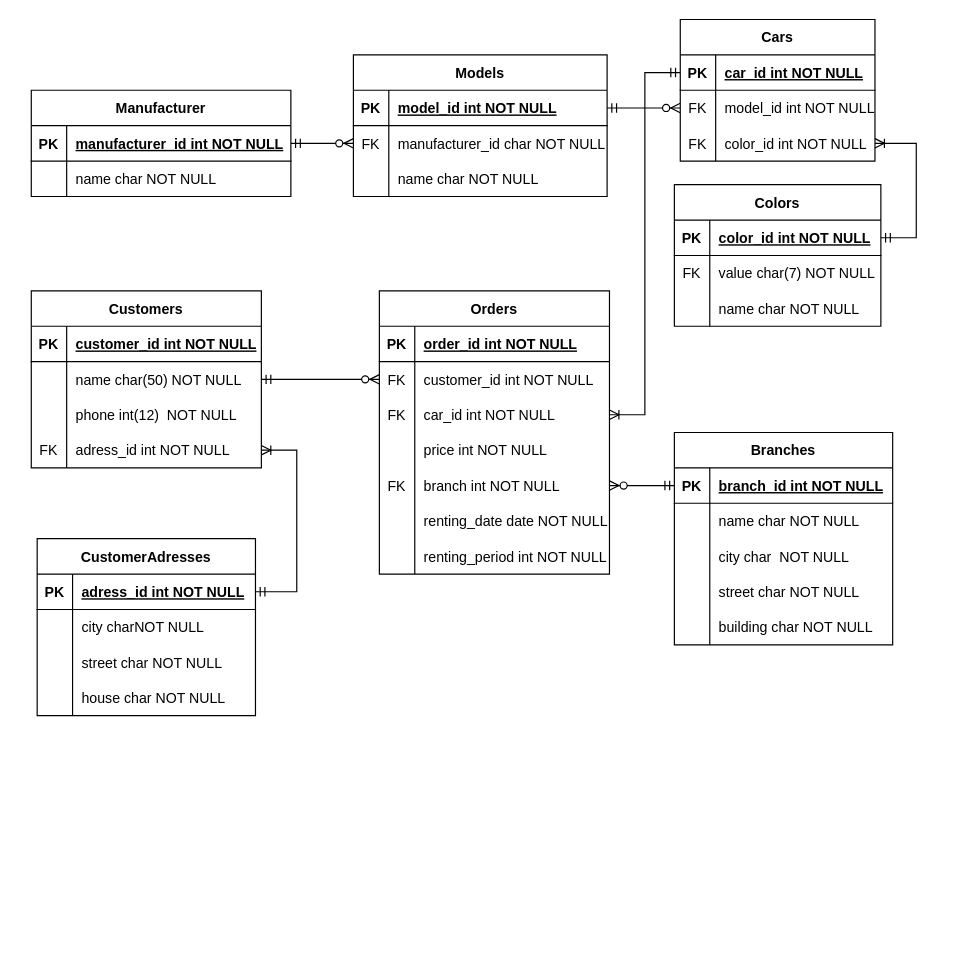
This is 03_databeses/12_er_diagram/DB_ER.drawio from Eretick/Nix_Education_Python_Stadnik, a draw.io file, before an edit. Source tidied: cells renumbered, new cells numbered last; positions are measured from the earlier drawing's top-left corner, leaving out a move shared by most shapes. Both pictures are drawn from the tidied source at 118%, with x=0, y=0 at pixel (31, 19).
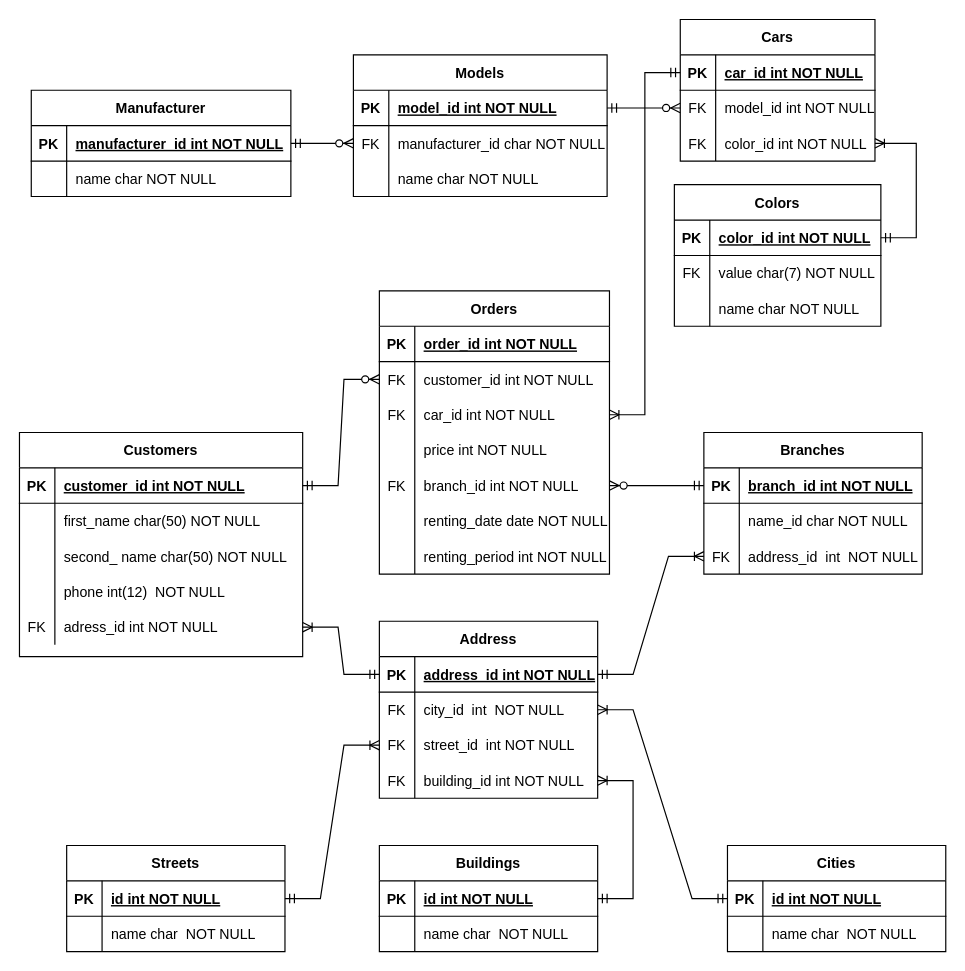
Above is the later version.

Unchanged cells that the change refers to:
```xml
<mxCell id="6" style="shape=partialRectangle;fillColor=none;points=[[0,0.5],[1,0.5]];portConstraint=eastwest;top=0;left=0;right=0;bottom=0;" parent="2" vertex="1">
  <mxGeometry y="60" width="195" height="30" as="geometry" />
</mxCell>
<mxCell id="15" style="shape=partialRectangle;fillColor=none;points=[[0,0.5],[1,0.5]];portConstraint=eastwest;top=0;left=0;right=0;bottom=0;" parent="2" vertex="1">
  <mxGeometry y="150" width="195" height="30" as="geometry" />
</mxCell>
<mxCell id="51" style="shape=partialRectangle;fillColor=none;top=0;left=0;right=0;bottom=0;" parent="47" vertex="1">
  <mxGeometry y="60" width="185" height="30" as="geometry" />
</mxCell>
<mxCell id="54" style="shape=partialRectangle;fillColor=none;points=[[0,0.5],[1,0.5]];portConstraint=eastwest;top=0;left=0;right=0;bottom=0;" parent="47" vertex="1">
  <mxGeometry y="90" width="185" height="30" as="geometry" />
</mxCell>
```

The edit, as a diff of the source:
```diff
@@
-    <mxCell id="17" value="branch int NOT NULL" style="shape=partialRectangle;overflow=hidden;fillColor=none;top=0;left=0;bottom=0;right=0;align=left;spacingLeft=6;" parent="15" vertex="1">
+    <mxCell id="17" value="branch_id int NOT NULL" style="shape=partialRectangle;overflow=hidden;fillColor=none;top=0;left=0;bottom=0;right=0;align=left;spacingLeft=6;" parent="15" vertex="1">
       <mxGeometry x="30" width="165" height="30" as="geometry" />
     </mxCell>
@@
     <mxCell id="34" value="Customers" style="shape=table;startSize=30;childLayout=tableLayout;rowLines=0;fontStyle=1;align=center;" parent="1" vertex="1">
-      <mxGeometry y="230" width="195" height="150" as="geometry" />
+      <mxGeometry x="-10" y="350" width="240" height="190" as="geometry" />
     </mxCell>
     <mxCell id="35" style="shape=partialRectangle;fillColor=none;points=[[0,0.5],[1,0.5]];portConstraint=eastwest;top=0;left=0;right=0;bottom=1;" parent="34" vertex="1">
-      <mxGeometry y="30" width="195" height="30" as="geometry" />
+      <mxGeometry y="30" width="240" height="30" as="geometry" />
     </mxCell>
@@
     <mxCell id="37" value="customer_id int NOT NULL " style="shape=partialRectangle;overflow=hidden;fillColor=none;top=0;left=0;bottom=0;right=0;align=left;spacingLeft=6;fontStyle=5;" parent="35" vertex="1">
-      <mxGeometry x="30" width="165" height="30" as="geometry" />
+      <mxGeometry x="30" width="210" height="30" as="geometry" />
     </mxCell>
     <mxCell id="38" style="shape=partialRectangle;fillColor=none;top=0;left=0;right=0;bottom=0;" parent="34" vertex="1">
-      <mxGeometry y="60" width="195" height="30" as="geometry" />
+      <mxGeometry y="60" width="240" height="30" as="geometry" />
     </mxCell>
@@
-    <mxCell id="40" value="name char(50) NOT NULL" style="shape=partialRectangle;overflow=hidden;fillColor=none;top=0;left=0;bottom=0;right=0;align=left;spacingLeft=6;" parent="38" vertex="1">
-      <mxGeometry x="30" width="165" height="30" as="geometry" />
+    <mxCell id="40" value="first_name char(50) NOT NULL" style="shape=partialRectangle;overflow=hidden;fillColor=none;top=0;left=0;bottom=0;right=0;align=left;spacingLeft=6;" parent="38" vertex="1">
+      <mxGeometry x="30" width="210" height="30" as="geometry" />
     </mxCell>
+    <mxCell id="110" style="shape=partialRectangle;fillColor=none;top=0;left=0;right=0;bottom=0;" parent="34" vertex="1">
+      <mxGeometry y="90" width="240" height="30" as="geometry" />
+    </mxCell>
+    <mxCell id="111" style="shape=partialRectangle;overflow=hidden;fillColor=none;top=0;left=0;bottom=0;right=0;" parent="110" vertex="1">
+      <mxGeometry width="30" height="30" as="geometry" />
+    </mxCell>
+    <mxCell id="112" value="second_ name char(50) NOT NULL" style="shape=partialRectangle;overflow=hidden;fillColor=none;top=0;left=0;bottom=0;right=0;align=left;spacingLeft=6;" parent="110" vertex="1">
+      <mxGeometry x="30" width="210" height="30" as="geometry" />
+    </mxCell>
     <mxCell id="41" style="shape=partialRectangle;fillColor=none;top=0;left=0;right=0;bottom=0;" parent="34" vertex="1">
-      <mxGeometry y="90" width="195" height="30" as="geometry" />
+      <mxGeometry y="120" width="240" height="30" as="geometry" />
     </mxCell>
@@
     <mxCell id="43" value="phone int(12)  NOT NULL" style="shape=partialRectangle;overflow=hidden;fillColor=none;top=0;left=0;bottom=0;right=0;align=left;spacingLeft=6;" parent="41" vertex="1">
-      <mxGeometry x="30" width="165" height="30" as="geometry" />
+      <mxGeometry x="30" width="210" height="30" as="geometry" />
     </mxCell>
     <mxCell id="44" style="shape=partialRectangle;fillColor=none;points=[[0,0.5],[1,0.5]];portConstraint=eastwest;top=0;left=0;right=0;bottom=0;" parent="34" vertex="1">
-      <mxGeometry y="120" width="195" height="30" as="geometry" />
+      <mxGeometry y="150" width="240" height="30" as="geometry" />
     </mxCell>
@@
     <mxCell id="46" value="adress_id int NOT NULL" style="shape=partialRectangle;overflow=hidden;fillColor=none;top=0;left=0;bottom=0;right=0;align=left;spacingLeft=6;" parent="44" vertex="1">
-      <mxGeometry x="30" width="165" height="30" as="geometry" />
+      <mxGeometry x="30" width="210" height="30" as="geometry" />
     </mxCell>
     <mxCell id="47" value="Branches" style="shape=table;startSize=30;childLayout=tableLayout;rowLines=0;fontStyle=1;align=center;" parent="1" vertex="1">
-      <mxGeometry x="545" y="350" width="185" height="180" as="geometry" />
+      <mxGeometry x="570" y="350" width="185" height="120" as="geometry" />
     </mxCell>
@@
-    <mxCell id="53" value="name char NOT NULL" style="shape=partialRectangle;overflow=hidden;fillColor=none;top=0;left=0;bottom=0;right=0;align=left;spacingLeft=6;" parent="51" vertex="1">
+    <mxCell id="53" value="name_id char NOT NULL" style="shape=partialRectangle;overflow=hidden;fillColor=none;top=0;left=0;bottom=0;right=0;align=left;spacingLeft=6;" parent="51" vertex="1">
       <mxGeometry x="30" width="155" height="30" as="geometry" />
     </mxCell>
@@
-    <mxCell id="55" style="shape=partialRectangle;overflow=hidden;fillColor=none;top=0;left=0;bottom=0;right=0;" parent="54" vertex="1">
+    <mxCell id="55" value="FK" style="shape=partialRectangle;overflow=hidden;fillColor=none;top=0;left=0;bottom=0;right=0;" parent="54" vertex="1">
       <mxGeometry width="30" height="30" as="geometry" />
     </mxCell>
-    <mxCell id="56" value="city char  NOT NULL" style="shape=partialRectangle;overflow=hidden;fillColor=none;top=0;left=0;bottom=0;right=0;align=left;spacingLeft=6;" parent="54" vertex="1">
+    <mxCell id="56" value="address_id  int  NOT NULL" style="shape=partialRectangle;overflow=hidden;fillColor=none;top=0;left=0;bottom=0;right=0;align=left;spacingLeft=6;" parent="54" vertex="1">
       <mxGeometry x="30" width="155" height="30" as="geometry" />
     </mxCell>
-    <mxCell id="57" style="shape=partialRectangle;fillColor=none;top=0;left=0;right=0;bottom=0;" parent="47" vertex="1">
-      <mxGeometry y="120" width="185" height="30" as="geometry" />
-    </mxCell>
-    <mxCell id="58" style="shape=partialRectangle;overflow=hidden;fillColor=none;top=0;left=0;bottom=0;right=0;" parent="57" vertex="1">
-      <mxGeometry width="30" height="30" as="geometry" />
-    </mxCell>
-    <mxCell id="59" value="street char NOT NULL" style="shape=partialRectangle;overflow=hidden;fillColor=none;top=0;left=0;bottom=0;right=0;align=left;spacingLeft=6;" parent="57" vertex="1">
-      <mxGeometry x="30" width="155" height="30" as="geometry" />
-    </mxCell>
-    <mxCell id="60" style="shape=partialRectangle;fillColor=none;top=0;left=0;right=0;bottom=0;" parent="47" vertex="1">
-      <mxGeometry y="150" width="185" height="30" as="geometry" />
-    </mxCell>
-    <mxCell id="61" style="shape=partialRectangle;overflow=hidden;fillColor=none;top=0;left=0;bottom=0;right=0;" parent="60" vertex="1">
-      <mxGeometry width="30" height="30" as="geometry" />
-    </mxCell>
-    <mxCell id="62" value="building char NOT NULL" style="shape=partialRectangle;overflow=hidden;fillColor=none;top=0;left=0;bottom=0;right=0;align=left;spacingLeft=6;" parent="60" vertex="1">
-      <mxGeometry x="30" width="155" height="30" as="geometry" />
-    </mxCell>
-    <mxCell id="63" value="CustomerAdresses" style="shape=table;startSize=30;childLayout=tableLayout;rowLines=0;fontStyle=1;align=center;" parent="1" vertex="1">
-      <mxGeometry x="5" y="440" width="185" height="150" as="geometry" />
-    </mxCell>
-    <mxCell id="64" style="shape=partialRectangle;fillColor=none;points=[[0,0.5],[1,0.5]];portConstraint=eastwest;top=0;left=0;right=0;bottom=1;" parent="63" vertex="1">
-      <mxGeometry y="30" width="185" height="30" as="geometry" />
-    </mxCell>
-    <mxCell id="65" value="PK" style="shape=partialRectangle;overflow=hidden;fillColor=none;top=0;left=0;bottom=0;right=0;fontStyle=1;" parent="64" vertex="1">
-      <mxGeometry width="30" height="30" as="geometry" />
-    </mxCell>
-    <mxCell id="66" value="adress_id int NOT NULL " style="shape=partialRectangle;overflow=hidden;fillColor=none;top=0;left=0;bottom=0;right=0;align=left;spacingLeft=6;fontStyle=5;" parent="64" vertex="1">
-      <mxGeometry x="30" width="155" height="30" as="geometry" />
-    </mxCell>
-    <mxCell id="67" style="shape=partialRectangle;fillColor=none;top=0;left=0;right=0;bottom=0;" parent="63" vertex="1">
-      <mxGeometry y="60" width="185" height="30" as="geometry" />
-    </mxCell>
-    <mxCell id="68" style="shape=partialRectangle;overflow=hidden;fillColor=none;top=0;left=0;bottom=0;right=0;" parent="67" vertex="1">
-      <mxGeometry width="30" height="30" as="geometry" />
-    </mxCell>
-    <mxCell id="69" value="city charNOT NULL" style="shape=partialRectangle;overflow=hidden;fillColor=none;top=0;left=0;bottom=0;right=0;align=left;spacingLeft=6;" parent="67" vertex="1">
-      <mxGeometry x="30" width="155" height="30" as="geometry" />
-    </mxCell>
-    <mxCell id="70" style="shape=partialRectangle;fillColor=none;points=[[0,0.5],[1,0.5]];portConstraint=eastwest;top=0;left=0;right=0;bottom=0;" parent="63" vertex="1">
-      <mxGeometry y="90" width="185" height="30" as="geometry" />
-    </mxCell>
-    <mxCell id="71" style="shape=partialRectangle;overflow=hidden;fillColor=none;top=0;left=0;bottom=0;right=0;" parent="70" vertex="1">
-      <mxGeometry width="30" height="30" as="geometry" />
-    </mxCell>
-    <mxCell id="72" value="street char NOT NULL" style="shape=partialRectangle;overflow=hidden;fillColor=none;top=0;left=0;bottom=0;right=0;align=left;spacingLeft=6;" parent="70" vertex="1">
-      <mxGeometry x="30" width="155" height="30" as="geometry" />
-    </mxCell>
-    <mxCell id="73" style="shape=partialRectangle;fillColor=none;top=0;left=0;right=0;bottom=0;" parent="63" vertex="1">
-      <mxGeometry y="120" width="185" height="30" as="geometry" />
-    </mxCell>
-    <mxCell id="74" style="shape=partialRectangle;overflow=hidden;fillColor=none;top=0;left=0;bottom=0;right=0;" parent="73" vertex="1">
-      <mxGeometry width="30" height="30" as="geometry" />
-    </mxCell>
-    <mxCell id="75" value="house char NOT NULL" style="shape=partialRectangle;overflow=hidden;fillColor=none;top=0;left=0;bottom=0;right=0;align=left;spacingLeft=6;" parent="73" vertex="1">
-      <mxGeometry x="30" width="155" height="30" as="geometry" />
-    </mxCell>
@@
-    <mxCell id="107" style="edgeStyle=entityRelationEdgeStyle;fontSize=12;html=1;endArrow=ERzeroToMany;startArrow=ERmandOne;rounded=0;endFill=1;" parent="1" edge="1" source="34" target="6">
+    <mxCell id="107" style="edgeStyle=entityRelationEdgeStyle;fontSize=12;html=1;endArrow=ERzeroToMany;startArrow=ERmandOne;rounded=0;endFill=1;" parent="1" edge="1" source="35" target="6">
       <mxGeometry relative="1" as="geometry" />
     </mxCell>
-    <mxCell id="108" style="edgeStyle=entityRelationEdgeStyle;fontSize=12;html=1;endArrow=ERoneToMany;startArrow=ERmandOne;rounded=0;endFill=0;" parent="1" edge="1" source="64" target="44">
-      <mxGeometry relative="1" as="geometry" />
-    </mxCell>
@@
+    <mxCell id="113" value="Cities" style="shape=table;startSize=30;childLayout=tableLayout;rowLines=0;fontStyle=1;align=center;" parent="1" vertex="1">
+      <mxGeometry x="590" y="700" width="185" height="90" as="geometry" />
+    </mxCell>
+    <mxCell id="114" style="shape=partialRectangle;fillColor=none;points=[[0,0.5],[1,0.5]];portConstraint=eastwest;top=0;left=0;right=0;bottom=1;" parent="113" vertex="1">
+      <mxGeometry y="30" width="185" height="30" as="geometry" />
+    </mxCell>
+    <mxCell id="115" value="PK" style="shape=partialRectangle;overflow=hidden;fillColor=none;top=0;left=0;bottom=0;right=0;fontStyle=1;" parent="114" vertex="1">
+      <mxGeometry width="30" height="30" as="geometry" />
+    </mxCell>
+    <mxCell id="116" value="id int NOT NULL " style="shape=partialRectangle;overflow=hidden;fillColor=none;top=0;left=0;bottom=0;right=0;align=left;spacingLeft=6;fontStyle=5;" parent="114" vertex="1">
+      <mxGeometry x="30" width="155" height="30" as="geometry" />
+    </mxCell>
+    <mxCell id="117" style="shape=partialRectangle;fillColor=none;top=0;left=0;right=0;bottom=0;" parent="113" vertex="1">
+      <mxGeometry y="60" width="185" height="30" as="geometry" />
+    </mxCell>
+    <mxCell id="118" style="shape=partialRectangle;overflow=hidden;fillColor=none;top=0;left=0;bottom=0;right=0;" parent="117" vertex="1">
+      <mxGeometry width="30" height="30" as="geometry" />
+    </mxCell>
+    <mxCell id="119" value="name char  NOT NULL" style="shape=partialRectangle;overflow=hidden;fillColor=none;top=0;left=0;bottom=0;right=0;align=left;spacingLeft=6;" parent="117" vertex="1">
+      <mxGeometry x="30" width="155" height="30" as="geometry" />
+    </mxCell>
+    <mxCell id="120" value="Streets" style="shape=table;startSize=30;childLayout=tableLayout;rowLines=0;fontStyle=1;align=center;" parent="1" vertex="1">
+      <mxGeometry x="30" y="700" width="185" height="90" as="geometry" />
+    </mxCell>
+    <mxCell id="121" style="shape=partialRectangle;fillColor=none;points=[[0,0.5],[1,0.5]];portConstraint=eastwest;top=0;left=0;right=0;bottom=1;" parent="120" vertex="1">
+      <mxGeometry y="30" width="185" height="30" as="geometry" />
+    </mxCell>
+    <mxCell id="122" value="PK" style="shape=partialRectangle;overflow=hidden;fillColor=none;top=0;left=0;bottom=0;right=0;fontStyle=1;" parent="121" vertex="1">
+      <mxGeometry width="30" height="30" as="geometry" />
+    </mxCell>
+    <mxCell id="123" value="id int NOT NULL " style="shape=partialRectangle;overflow=hidden;fillColor=none;top=0;left=0;bottom=0;right=0;align=left;spacingLeft=6;fontStyle=5;" parent="121" vertex="1">
+      <mxGeometry x="30" width="155" height="30" as="geometry" />
+    </mxCell>
+    <mxCell id="124" style="shape=partialRectangle;fillColor=none;top=0;left=0;right=0;bottom=0;" parent="120" vertex="1">
+      <mxGeometry y="60" width="185" height="30" as="geometry" />
+    </mxCell>
+    <mxCell id="125" style="shape=partialRectangle;overflow=hidden;fillColor=none;top=0;left=0;bottom=0;right=0;" parent="124" vertex="1">
+      <mxGeometry width="30" height="30" as="geometry" />
+    </mxCell>
+    <mxCell id="126" value="name char  NOT NULL" style="shape=partialRectangle;overflow=hidden;fillColor=none;top=0;left=0;bottom=0;right=0;align=left;spacingLeft=6;" parent="124" vertex="1">
+      <mxGeometry x="30" width="155" height="30" as="geometry" />
+    </mxCell>
+    <mxCell id="127" value="Buildings" style="shape=table;startSize=30;childLayout=tableLayout;rowLines=0;fontStyle=1;align=center;" parent="1" vertex="1">
+      <mxGeometry x="295" y="700" width="185" height="90" as="geometry" />
+    </mxCell>
+    <mxCell id="128" style="shape=partialRectangle;fillColor=none;points=[[0,0.5],[1,0.5]];portConstraint=eastwest;top=0;left=0;right=0;bottom=1;" parent="127" vertex="1">
+      <mxGeometry y="30" width="185" height="30" as="geometry" />
+    </mxCell>
+    <mxCell id="129" value="PK" style="shape=partialRectangle;overflow=hidden;fillColor=none;top=0;left=0;bottom=0;right=0;fontStyle=1;" parent="128" vertex="1">
+      <mxGeometry width="30" height="30" as="geometry" />
+    </mxCell>
+    <mxCell id="130" value="id int NOT NULL " style="shape=partialRectangle;overflow=hidden;fillColor=none;top=0;left=0;bottom=0;right=0;align=left;spacingLeft=6;fontStyle=5;" parent="128" vertex="1">
+      <mxGeometry x="30" width="155" height="30" as="geometry" />
+    </mxCell>
+    <mxCell id="131" style="shape=partialRectangle;fillColor=none;top=0;left=0;right=0;bottom=0;" parent="127" vertex="1">
+      <mxGeometry y="60" width="185" height="30" as="geometry" />
+    </mxCell>
+    <mxCell id="132" style="shape=partialRectangle;overflow=hidden;fillColor=none;top=0;left=0;bottom=0;right=0;" parent="131" vertex="1">
+      <mxGeometry width="30" height="30" as="geometry" />
+    </mxCell>
+    <mxCell id="133" value="name char  NOT NULL" style="shape=partialRectangle;overflow=hidden;fillColor=none;top=0;left=0;bottom=0;right=0;align=left;spacingLeft=6;" parent="131" vertex="1">
+      <mxGeometry x="30" width="155" height="30" as="geometry" />
+    </mxCell>
+    <mxCell id="134" style="edgeStyle=entityRelationEdgeStyle;fontSize=12;html=1;endArrow=ERoneToMany;startArrow=ERmandOne;rounded=0;endFill=0;" parent="1" edge="1" source="128" target="146">
+      <mxGeometry relative="1" as="geometry" />
+    </mxCell>
+    <mxCell id="135" style="edgeStyle=entityRelationEdgeStyle;fontSize=12;html=1;endArrow=ERoneToMany;startArrow=ERmandOne;rounded=0;endFill=0;" parent="1" edge="1" source="114" target="141">
+      <mxGeometry relative="1" as="geometry" />
+    </mxCell>
+    <mxCell id="136" style="edgeStyle=entityRelationEdgeStyle;fontSize=12;html=1;endArrow=ERoneToMany;startArrow=ERmandOne;rounded=0;endFill=0;" parent="1" edge="1" source="121" target="70">
+      <mxGeometry relative="1" as="geometry" />
+    </mxCell>
+    <mxCell id="137" value="Address" style="shape=table;startSize=30;childLayout=tableLayout;rowLines=0;fontStyle=1;align=center;" parent="1" vertex="1">
+      <mxGeometry x="295" y="510" width="185" height="150" as="geometry" />
+    </mxCell>
+    <mxCell id="138" style="shape=partialRectangle;fillColor=none;points=[[0,0.5],[1,0.5]];portConstraint=eastwest;top=0;left=0;right=0;bottom=1;" parent="137" vertex="1">
+      <mxGeometry y="30" width="185" height="30" as="geometry" />
+    </mxCell>
+    <mxCell id="139" value="PK" style="shape=partialRectangle;overflow=hidden;fillColor=none;top=0;left=0;bottom=0;right=0;fontStyle=1;" parent="138" vertex="1">
+      <mxGeometry width="30" height="30" as="geometry" />
+    </mxCell>
+    <mxCell id="140" value="address_id int NOT NULL " style="shape=partialRectangle;overflow=hidden;fillColor=none;top=0;left=0;bottom=0;right=0;align=left;spacingLeft=6;fontStyle=5;" parent="138" vertex="1">
+      <mxGeometry x="30" width="155" height="30" as="geometry" />
+    </mxCell>
+    <mxCell id="141" style="shape=partialRectangle;fillColor=none;points=[[0,0.5],[1,0.5]];portConstraint=eastwest;top=0;left=0;right=0;bottom=0;" parent="137" vertex="1">
+      <mxGeometry y="60" width="185" height="30" as="geometry" />
+    </mxCell>
+    <mxCell id="142" value="FK" style="shape=partialRectangle;overflow=hidden;fillColor=none;top=0;left=0;bottom=0;right=0;" parent="141" vertex="1">
+      <mxGeometry width="30" height="30" as="geometry" />
+    </mxCell>
+    <mxCell id="143" value="city_id  int  NOT NULL" style="shape=partialRectangle;overflow=hidden;fillColor=none;top=0;left=0;bottom=0;right=0;align=left;spacingLeft=6;" parent="141" vertex="1">
+      <mxGeometry x="30" width="155" height="30" as="geometry" />
+    </mxCell>
+    <mxCell id="70" style="shape=partialRectangle;fillColor=none;points=[[0,0.5],[1,0.5]];portConstraint=eastwest;top=0;left=0;right=0;bottom=0;" parent="137" vertex="1">
+      <mxGeometry y="90" width="185" height="30" as="geometry" />
+    </mxCell>
+    <mxCell id="144" value="FK" style="shape=partialRectangle;overflow=hidden;fillColor=none;top=0;left=0;bottom=0;right=0;" parent="70" vertex="1">
+      <mxGeometry width="30" height="30" as="geometry" />
+    </mxCell>
+    <mxCell id="145" value="street_id  int NOT NULL" style="shape=partialRectangle;overflow=hidden;fillColor=none;top=0;left=0;bottom=0;right=0;align=left;spacingLeft=6;" parent="70" vertex="1">
+      <mxGeometry x="30" width="155" height="30" as="geometry" />
+    </mxCell>
+    <mxCell id="146" style="shape=partialRectangle;fillColor=none;points=[[0,0.5],[1,0.5]];portConstraint=eastwest;top=0;left=0;right=0;bottom=0;" parent="137" vertex="1">
+      <mxGeometry y="120" width="185" height="30" as="geometry" />
+    </mxCell>
+    <mxCell id="147" value="FK" style="shape=partialRectangle;overflow=hidden;fillColor=none;top=0;left=0;bottom=0;right=0;" parent="146" vertex="1">
+      <mxGeometry width="30" height="30" as="geometry" />
+    </mxCell>
+    <mxCell id="148" value="building_id int NOT NULL" style="shape=partialRectangle;overflow=hidden;fillColor=none;top=0;left=0;bottom=0;right=0;align=left;spacingLeft=6;" parent="146" vertex="1">
+      <mxGeometry x="30" width="155" height="30" as="geometry" />
+    </mxCell>
+    <mxCell id="149" style="edgeStyle=entityRelationEdgeStyle;fontSize=12;html=1;endArrow=ERoneToMany;startArrow=ERmandOne;rounded=0;endFill=0;" parent="1" edge="1" source="138" target="54">
+      <mxGeometry relative="1" as="geometry" />
+    </mxCell>
+    <mxCell id="150" style="edgeStyle=entityRelationEdgeStyle;fontSize=12;html=1;endArrow=ERoneToMany;startArrow=ERmandOne;rounded=0;endFill=0;" parent="1" edge="1" source="138" target="44">
+      <mxGeometry relative="1" as="geometry" />
+    </mxCell>
```
